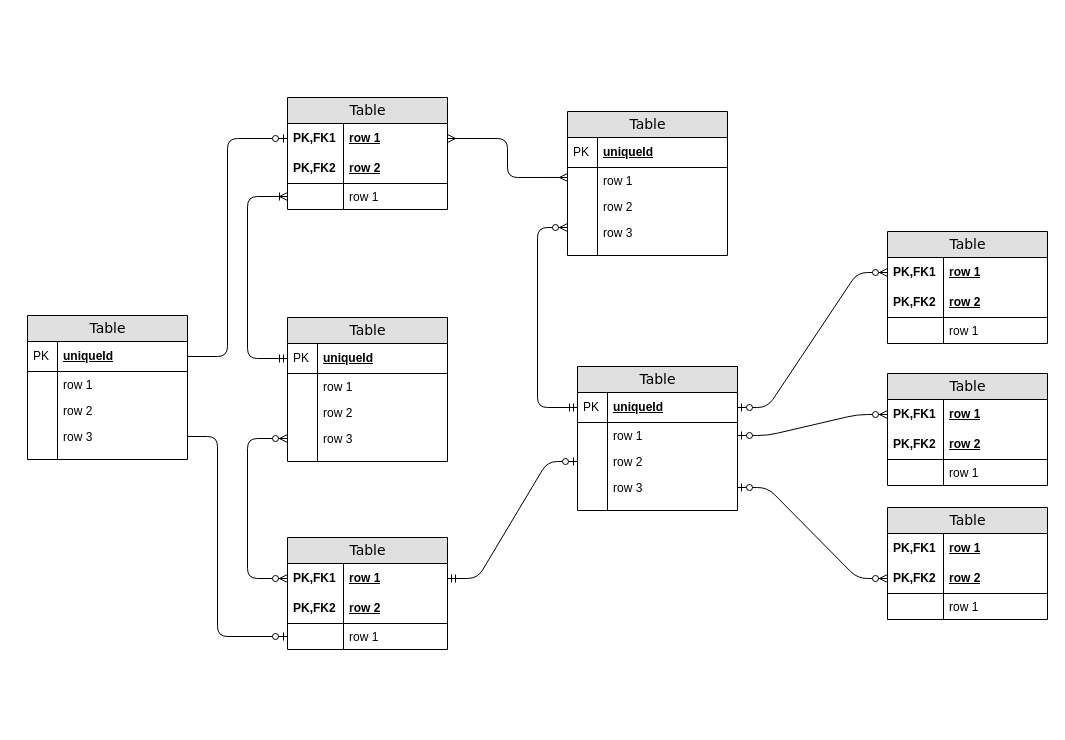
Before: ERD.drawio in adriennhorvath/architecture, a draw.io diagram. Source tidied: cells renumbered, new cells numbered last; positions are measured from the earlier drawing's top-left corner, leaving out a move shared by most shapes. Both pictures are drawn from the tidied source at 100%, with x=0, y=0 at pixel (27, 97).
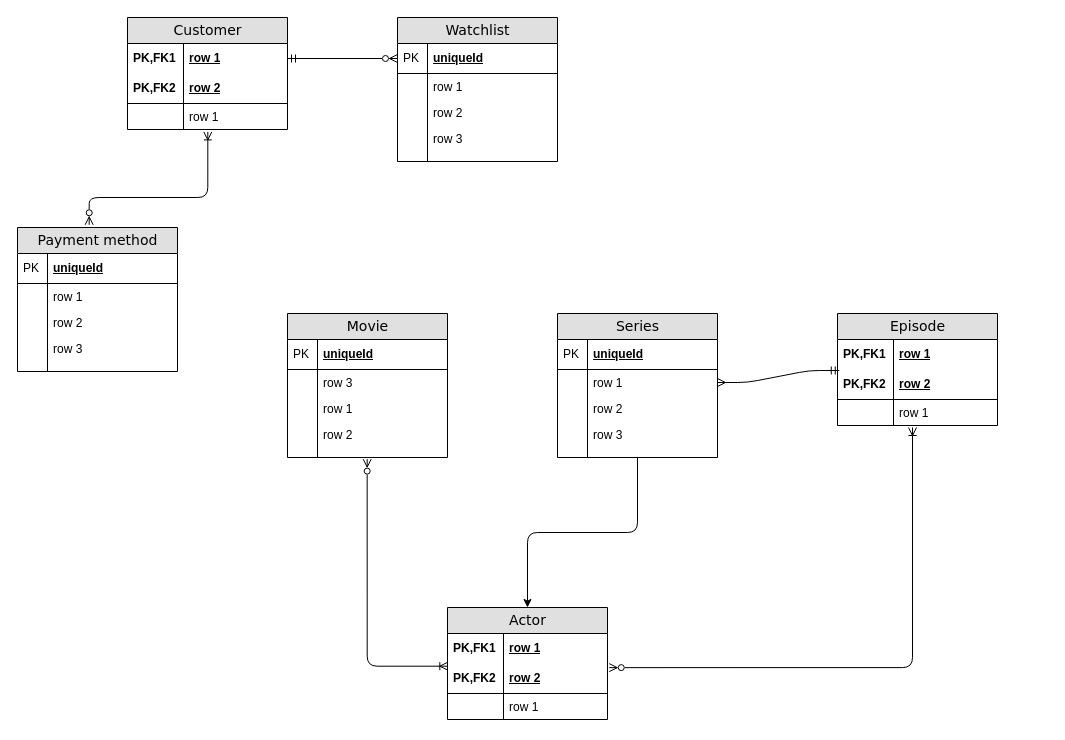
After the change.

The change refers to these unchanged cells:
```xml
<mxCell id="3" value="row 1" style="shape=partialRectangle;top=0;left=0;right=0;bottom=0;html=1;align=left;verticalAlign=middle;fillColor=none;spacingLeft=60;spacingRight=4;whiteSpace=wrap;overflow=hidden;points=[[0,0.5],[1,0.5]];portConstraint=eastwest;fontStyle=5;" parent="2" vertex="1">
  <mxGeometry y="26" width="160" height="30" as="geometry" />
</mxCell>
<mxCell id="7" value="row 1" style="shape=partialRectangle;top=0;left=0;right=0;bottom=0;html=1;align=left;verticalAlign=top;fillColor=none;spacingLeft=60;spacingRight=4;whiteSpace=wrap;overflow=hidden;points=[[0,0.5],[1,0.5]];portConstraint=eastwest;" parent="2" vertex="1">
  <mxGeometry y="86" width="160" height="26" as="geometry" />
</mxCell>
<mxCell id="12" value="row 1" style="shape=partialRectangle;top=0;left=0;right=0;bottom=0;html=1;align=left;verticalAlign=top;fillColor=none;spacingLeft=34;spacingRight=4;whiteSpace=wrap;overflow=hidden;points=[[0,0.5],[1,0.5]];portConstraint=eastwest;" parent="9" vertex="1">
  <mxGeometry y="56" width="160" height="26" as="geometry" />
</mxCell>
<mxCell id="16" value="row 3" style="shape=partialRectangle;top=0;left=0;right=0;bottom=0;html=1;align=left;verticalAlign=top;fillColor=none;spacingLeft=34;spacingRight=4;whiteSpace=wrap;overflow=hidden;points=[[0,0.5],[1,0.5]];portConstraint=eastwest;" parent="9" vertex="1">
  <mxGeometry y="108" width="160" height="26" as="geometry" />
</mxCell>
<mxCell id="21" value="uniqueId" style="shape=partialRectangle;top=0;left=0;right=0;bottom=1;html=1;align=left;verticalAlign=middle;fillColor=none;spacingLeft=34;spacingRight=4;whiteSpace=wrap;overflow=hidden;points=[[0,0.5],[1,0.5]];portConstraint=eastwest;fontStyle=5;" parent="20" vertex="1">
  <mxGeometry y="26" width="160" height="30" as="geometry" />
</mxCell>
<mxCell id="29" style="shape=partialRectangle;top=0;left=0;right=0;bottom=0;html=1;align=left;verticalAlign=top;fillColor=none;spacingLeft=34;spacingRight=4;whiteSpace=wrap;overflow=hidden;points=[[0,0.5],[1,0.5]];portConstraint=eastwest;" parent="20" vertex="1">
  <mxGeometry y="134" width="160" height="10" as="geometry" />
</mxCell>
<mxCell id="32" value="uniqueId" style="shape=partialRectangle;top=0;left=0;right=0;bottom=1;html=1;align=left;verticalAlign=middle;fillColor=none;spacingLeft=34;spacingRight=4;whiteSpace=wrap;overflow=hidden;points=[[0,0.5],[1,0.5]];portConstraint=eastwest;fontStyle=5;" parent="31" vertex="1">
  <mxGeometry y="26" width="160" height="30" as="geometry" />
</mxCell>
<mxCell id="34" value="row 1" style="shape=partialRectangle;top=0;left=0;right=0;bottom=0;html=1;align=left;verticalAlign=top;fillColor=none;spacingLeft=34;spacingRight=4;whiteSpace=wrap;overflow=hidden;points=[[0,0.5],[1,0.5]];portConstraint=eastwest;" parent="31" vertex="1">
  <mxGeometry y="56" width="160" height="26" as="geometry" />
</mxCell>
<mxCell id="36" value="row 2" style="shape=partialRectangle;top=0;left=0;right=0;bottom=0;html=1;align=left;verticalAlign=top;fillColor=none;spacingLeft=34;spacingRight=4;whiteSpace=wrap;overflow=hidden;points=[[0,0.5],[1,0.5]];portConstraint=eastwest;" parent="31" vertex="1">
  <mxGeometry y="82" width="160" height="26" as="geometry" />
</mxCell>
<mxCell id="38" value="row 3" style="shape=partialRectangle;top=0;left=0;right=0;bottom=0;html=1;align=left;verticalAlign=top;fillColor=none;spacingLeft=34;spacingRight=4;whiteSpace=wrap;overflow=hidden;points=[[0,0.5],[1,0.5]];portConstraint=eastwest;" parent="31" vertex="1">
  <mxGeometry y="108" width="160" height="26" as="geometry" />
</mxCell>
<mxCell id="43" value="row 1" style="shape=partialRectangle;top=0;left=0;right=0;bottom=0;html=1;align=left;verticalAlign=middle;fillColor=none;spacingLeft=60;spacingRight=4;whiteSpace=wrap;overflow=hidden;points=[[0,0.5],[1,0.5]];portConstraint=eastwest;fontStyle=5;" parent="42" vertex="1">
  <mxGeometry y="26" width="160" height="30" as="geometry" />
</mxCell>
<mxCell id="45" value="row 2" style="shape=partialRectangle;top=0;left=0;right=0;bottom=1;html=1;align=left;verticalAlign=middle;fillColor=none;spacingLeft=60;spacingRight=4;whiteSpace=wrap;overflow=hidden;points=[[0,0.5],[1,0.5]];portConstraint=eastwest;fontStyle=5;" parent="42" vertex="1">
  <mxGeometry y="56" width="160" height="30" as="geometry" />
</mxCell>
<mxCell id="50" value="row 1" style="shape=partialRectangle;top=0;left=0;right=0;bottom=0;html=1;align=left;verticalAlign=middle;fillColor=none;spacingLeft=60;spacingRight=4;whiteSpace=wrap;overflow=hidden;points=[[0,0.5],[1,0.5]];portConstraint=eastwest;fontStyle=5;" parent="49" vertex="1">
  <mxGeometry y="26" width="160" height="30" as="geometry" />
</mxCell>
<mxCell id="54" value="row 1" style="shape=partialRectangle;top=0;left=0;right=0;bottom=0;html=1;align=left;verticalAlign=top;fillColor=none;spacingLeft=60;spacingRight=4;whiteSpace=wrap;overflow=hidden;points=[[0,0.5],[1,0.5]];portConstraint=eastwest;" parent="49" vertex="1">
  <mxGeometry y="86" width="160" height="26" as="geometry" />
</mxCell>
<mxCell id="79" value="uniqueId" style="shape=partialRectangle;top=0;left=0;right=0;bottom=1;html=1;align=left;verticalAlign=middle;fillColor=none;spacingLeft=34;spacingRight=4;whiteSpace=wrap;overflow=hidden;points=[[0,0.5],[1,0.5]];portConstraint=eastwest;fontStyle=5;" parent="78" vertex="1">
  <mxGeometry y="26" width="160" height="30" as="geometry" />
</mxCell>
<mxCell id="85" value="row 3" style="shape=partialRectangle;top=0;left=0;right=0;bottom=0;html=1;align=left;verticalAlign=top;fillColor=none;spacingLeft=34;spacingRight=4;whiteSpace=wrap;overflow=hidden;points=[[0,0.5],[1,0.5]];portConstraint=eastwest;" parent="78" vertex="1">
  <mxGeometry y="108" width="160" height="26" as="geometry" />
</mxCell>
```

The edit, as a diff of the source:
```diff
@@
-    <mxCell id="2" value="Table" style="swimlane;html=1;fontStyle=0;horizontal=1;startSize=26;fillColor=#e0e0e0;swimlaneFillColor=#ffffff;align=center;rounded=0;shadow=0;comic=0;labelBackgroundColor=none;strokeWidth=1;fontFamily=Verdana;fontSize=14;" parent="1" vertex="1">
-      <mxGeometry x="260" width="160" height="112" as="geometry" />
+    <mxCell id="2" value="Customer" style="swimlane;html=1;fontStyle=0;horizontal=1;startSize=26;fillColor=#e0e0e0;swimlaneFillColor=#ffffff;align=center;rounded=0;shadow=0;comic=0;labelBackgroundColor=none;strokeWidth=1;fontFamily=Verdana;fontSize=14;" parent="1" vertex="1">
+      <mxGeometry x="100" y="-80" width="160" height="112" as="geometry" />
     </mxCell>
@@
-    <mxCell id="9" value="Table" style="swimlane;html=1;fontStyle=0;horizontal=1;startSize=26;fillColor=#e0e0e0;swimlaneFillColor=#ffffff;align=center;rounded=0;shadow=0;comic=0;labelBackgroundColor=none;strokeWidth=1;fontFamily=Verdana;fontSize=14;swimlaneLine=1;" parent="1" vertex="1">
-      <mxGeometry x="540" y="14" width="160" height="144" as="geometry" />
+    <mxCell id="9" value="Payment method" style="swimlane;html=1;fontStyle=0;horizontal=1;startSize=26;fillColor=#e0e0e0;swimlaneFillColor=#ffffff;align=center;rounded=0;shadow=0;comic=0;labelBackgroundColor=none;strokeWidth=1;fontFamily=Verdana;fontSize=14;swimlaneLine=1;" parent="1" vertex="1">
+      <mxGeometry x="-10" y="130" width="160" height="144" as="geometry" />
     </mxCell>
@@
-    <mxCell id="20" value="Table" style="swimlane;html=1;fontStyle=0;horizontal=1;startSize=26;fillColor=#e0e0e0;swimlaneFillColor=#ffffff;align=center;rounded=0;shadow=0;comic=0;labelBackgroundColor=none;strokeWidth=1;fontFamily=Verdana;fontSize=14;" parent="1" vertex="1">
-      <mxGeometry x="260" y="220" width="160" height="144" as="geometry" />
+    <mxCell id="20" value="Movie" style="swimlane;html=1;fontStyle=0;horizontal=1;startSize=26;fillColor=#e0e0e0;swimlaneFillColor=#ffffff;align=center;rounded=0;shadow=0;comic=0;labelBackgroundColor=none;strokeWidth=1;fontFamily=Verdana;fontSize=14;" parent="1" vertex="1">
+      <mxGeometry x="260" y="216" width="160" height="144" as="geometry" />
     </mxCell>
@@
+    <mxCell id="27" value="row 3" style="shape=partialRectangle;top=0;left=0;right=0;bottom=0;html=1;align=left;verticalAlign=top;fillColor=none;spacingLeft=34;spacingRight=4;whiteSpace=wrap;overflow=hidden;points=[[0,0.5],[1,0.5]];portConstraint=eastwest;" parent="20" vertex="1">
+      <mxGeometry y="56" width="160" height="26" as="geometry" />
+    </mxCell>
+    <mxCell id="28" style="shape=partialRectangle;top=0;left=0;bottom=0;html=1;fillColor=none;align=left;verticalAlign=top;spacingLeft=4;spacingRight=4;whiteSpace=wrap;overflow=hidden;" parent="27" vertex="1">
+      <mxGeometry width="30" height="26" as="geometry" />
+    </mxCell>
     <mxCell id="23" value="row 1" style="shape=partialRectangle;top=0;left=0;right=0;bottom=0;html=1;align=left;verticalAlign=top;fillColor=none;spacingLeft=34;spacingRight=4;whiteSpace=wrap;overflow=hidden;" parent="20" vertex="1">
-      <mxGeometry y="56" width="160" height="26" as="geometry" />
+      <mxGeometry y="82" width="160" height="26" as="geometry" />
     </mxCell>
@@
     <mxCell id="25" value="row 2" style="shape=partialRectangle;top=0;left=0;right=0;bottom=0;html=1;align=left;verticalAlign=top;fillColor=none;spacingLeft=34;spacingRight=4;whiteSpace=wrap;overflow=hidden;" parent="20" vertex="1">
-      <mxGeometry y="82" width="160" height="26" as="geometry" />
+      <mxGeometry y="108" width="160" height="26" as="geometry" />
     </mxCell>
@@
-    <mxCell id="27" value="row 3" style="shape=partialRectangle;top=0;left=0;right=0;bottom=0;html=1;align=left;verticalAlign=top;fillColor=none;spacingLeft=34;spacingRight=4;whiteSpace=wrap;overflow=hidden;points=[[0,0.5],[1,0.5]];portConstraint=eastwest;" parent="20" vertex="1">
-      <mxGeometry y="108" width="160" height="26" as="geometry" />
-    </mxCell>
-    <mxCell id="28" style="shape=partialRectangle;top=0;left=0;bottom=0;html=1;fillColor=none;align=left;verticalAlign=top;spacingLeft=4;spacingRight=4;whiteSpace=wrap;overflow=hidden;" parent="27" vertex="1">
-      <mxGeometry width="30" height="26" as="geometry" />
-    </mxCell>
@@
+    <mxCell id="91" style="edgeStyle=orthogonalEdgeStyle;rounded=1;jettySize=auto;html=1;entryX=0.5;entryY=0;entryDx=0;entryDy=0;curved=0;" parent="1" edge="1" source="31" target="42">
+      <mxGeometry relative="1" as="geometry" />
+    </mxCell>
-    <mxCell id="31" value="Table" style="swimlane;html=1;fontStyle=0;horizontal=1;startSize=26;fillColor=#e0e0e0;swimlaneFillColor=#ffffff;align=center;rounded=0;shadow=0;comic=0;labelBackgroundColor=none;strokeWidth=1;fontFamily=Verdana;fontSize=14;" parent="1" vertex="1">
-      <mxGeometry x="550" y="269" width="160" height="144" as="geometry" />
+    <mxCell id="31" value="Series" style="swimlane;html=1;fontStyle=0;horizontal=1;startSize=26;fillColor=#e0e0e0;swimlaneFillColor=#ffffff;align=center;rounded=0;shadow=0;comic=0;labelBackgroundColor=none;strokeWidth=1;fontFamily=Verdana;fontSize=14;" parent="1" vertex="1">
+      <mxGeometry x="530" y="216" width="160" height="144" as="geometry" />
     </mxCell>
@@
-    <mxCell id="42" value="Table" style="swimlane;html=1;fontStyle=0;horizontal=1;startSize=26;fillColor=#e0e0e0;swimlaneFillColor=#ffffff;align=center;rounded=0;shadow=0;comic=0;labelBackgroundColor=none;strokeWidth=1;fontFamily=Verdana;fontSize=14;" parent="1" vertex="1">
-      <mxGeometry x="860" y="134" width="160" height="112" as="geometry" />
+    <mxCell id="42" value="Actor" style="swimlane;html=1;fontStyle=0;horizontal=1;startSize=26;fillColor=#e0e0e0;swimlaneFillColor=#ffffff;align=center;rounded=0;shadow=0;comic=0;labelBackgroundColor=none;strokeWidth=1;fontFamily=Verdana;fontSize=14;" parent="1" vertex="1">
+      <mxGeometry x="420" y="510" width="160" height="112" as="geometry" />
     </mxCell>
@@
-    <mxCell id="49" value="Table" style="swimlane;html=1;fontStyle=0;horizontal=1;startSize=26;fillColor=#e0e0e0;swimlaneFillColor=#ffffff;align=center;rounded=0;shadow=0;comic=0;labelBackgroundColor=none;strokeWidth=1;fontFamily=Verdana;fontSize=14;" parent="1" vertex="1">
-      <mxGeometry x="260" y="440" width="160" height="112" as="geometry" />
+    <mxCell id="49" value="Episode" style="swimlane;html=1;fontStyle=0;horizontal=1;startSize=26;fillColor=#e0e0e0;swimlaneFillColor=#ffffff;align=center;rounded=0;shadow=0;comic=0;labelBackgroundColor=none;strokeWidth=1;fontFamily=Verdana;fontSize=14;" parent="1" vertex="1">
+      <mxGeometry x="810" y="216" width="160" height="112" as="geometry" />
     </mxCell>
@@
-    <mxCell id="56" style="edgeStyle=orthogonalEdgeStyle;html=1;endArrow=ERoneToMany;startArrow=ERmandOne;labelBackgroundColor=none;fontFamily=Verdana;fontSize=14;entryX=0;entryY=0.5;exitX=0;exitY=0.5;" parent="1" edge="1" source="21" target="7">
-      <mxGeometry relative="1" as="geometry">
-        <Array as="points">
-          <mxPoint x="220" y="261" />
-          <mxPoint x="220" y="99" />
-        </Array>
-      </mxGeometry>
-    </mxCell>
-    <mxCell id="57" style="edgeStyle=orthogonalEdgeStyle;html=1;endArrow=ERzeroToMany;endFill=1;startArrow=ERzeroToMany;labelBackgroundColor=none;fontFamily=Verdana;fontSize=14;entryX=0;entryY=0.5;exitX=0;exitY=0.5;" parent="1" edge="1" source="50" target="27">
-      <mxGeometry relative="1" as="geometry">
-        <Array as="points">
-          <mxPoint x="220" y="481" />
-          <mxPoint x="220" y="341" />
-        </Array>
-      </mxGeometry>
-    </mxCell>
-    <mxCell id="58" style="edgeStyle=orthogonalEdgeStyle;html=1;endArrow=ERmany;startArrow=ERmany;labelBackgroundColor=none;fontFamily=Verdana;fontSize=14;entryX=1;entryY=0.5;exitX=0;exitY=0.383;exitPerimeter=0;" parent="1" edge="1" source="12" target="3">
-      <mxGeometry relative="1" as="geometry">
-        <Array as="points">
-          <mxPoint x="480" y="80" />
-          <mxPoint x="480" y="41" />
-        </Array>
-      </mxGeometry>
-    </mxCell>
-    <mxCell id="59" style="edgeStyle=orthogonalEdgeStyle;html=1;endArrow=ERzeroToMany;startArrow=ERmandOne;labelBackgroundColor=none;fontFamily=Verdana;fontSize=14;entryX=0;entryY=0.308;entryPerimeter=0;exitX=0;exitY=0.5;" parent="1" edge="1" source="32" target="16">
-      <mxGeometry relative="1" as="geometry">
-        <Array as="points">
-          <mxPoint x="510" y="310" />
-          <mxPoint x="510" y="130" />
-        </Array>
-      </mxGeometry>
-    </mxCell>
-    <mxCell id="60" style="edgeStyle=entityRelationEdgeStyle;html=1;endArrow=ERzeroToOne;startArrow=ERmandOne;labelBackgroundColor=none;fontFamily=Verdana;fontSize=14;exitX=1;exitY=0.5;entryX=0;entryY=0.5;" parent="1" edge="1" source="50" target="36">
-      <mxGeometry relative="1" as="geometry" />
+    <mxCell id="60" style="edgeStyle=entityRelationEdgeStyle;html=1;endArrow=ERmany;startArrow=ERmandOne;labelBackgroundColor=none;fontFamily=Verdana;fontSize=14;endFill=0;exitX=0.011;exitY=1.033;exitDx=0;exitDy=0;exitPerimeter=0;entryX=1;entryY=0.5;entryDx=0;entryDy=0;" parent="1" edge="1" source="50" target="34">
+      <mxGeometry relative="1" as="geometry">
+        <Array as="points">
+          <mxPoint x="690" y="510" />
+          <mxPoint x="441.1" y="382.7" />
+          <mxPoint x="391.1" y="462.7" />
+          <mxPoint x="451.1" y="382.7" />
+          <mxPoint x="441.1" y="424.7" />
+          <mxPoint x="471.1" y="422.7" />
+        </Array>
+      </mxGeometry>
     </mxCell>
-    <mxCell id="61" style="edgeStyle=entityRelationEdgeStyle;html=1;endArrow=ERzeroToMany;startArrow=ERzeroToOne;labelBackgroundColor=none;fontFamily=Verdana;fontSize=14;entryX=0;entryY=0.5;exitX=1;exitY=0.5;" parent="1" edge="1" source="32" target="43">
-      <mxGeometry relative="1" as="geometry" />
-    </mxCell>
-    <mxCell id="62" value="Table" style="swimlane;html=1;fontStyle=0;horizontal=1;startSize=26;fillColor=#e0e0e0;swimlaneFillColor=#ffffff;align=center;rounded=0;shadow=0;comic=0;labelBackgroundColor=none;strokeWidth=1;fontFamily=Verdana;fontSize=14;" parent="1" vertex="1">
-      <mxGeometry x="860" y="276" width="160" height="112" as="geometry" />
-    </mxCell>
-    <mxCell id="63" value="row 1" style="shape=partialRectangle;top=0;left=0;right=0;bottom=0;html=1;align=left;verticalAlign=middle;fillColor=none;spacingLeft=60;spacingRight=4;whiteSpace=wrap;overflow=hidden;points=[[0,0.5],[1,0.5]];portConstraint=eastwest;fontStyle=5;" parent="62" vertex="1">
-      <mxGeometry y="26" width="160" height="30" as="geometry" />
-    </mxCell>
-    <mxCell id="64" value="PK,FK1" style="shape=partialRectangle;fontStyle=1;top=0;left=0;bottom=0;html=1;fillColor=none;align=left;verticalAlign=middle;spacingLeft=4;spacingRight=4;whiteSpace=wrap;overflow=hidden;" parent="63" vertex="1">
-      <mxGeometry width="56" height="30" as="geometry" />
-    </mxCell>
-    <mxCell id="65" value="row 2" style="shape=partialRectangle;top=0;left=0;right=0;bottom=1;html=1;align=left;verticalAlign=middle;fillColor=none;spacingLeft=60;spacingRight=4;whiteSpace=wrap;overflow=hidden;fontStyle=5;" parent="62" vertex="1">
-      <mxGeometry y="56" width="160" height="30" as="geometry" />
-    </mxCell>
-    <mxCell id="66" value="PK,FK2" style="shape=partialRectangle;fontStyle=1;top=0;left=0;bottom=0;html=1;fillColor=none;align=left;verticalAlign=middle;spacingLeft=4;spacingRight=4;whiteSpace=wrap;overflow=hidden;" parent="65" vertex="1">
-      <mxGeometry width="56" height="30" as="geometry" />
-    </mxCell>
-    <mxCell id="67" value="row 1" style="shape=partialRectangle;top=0;left=0;right=0;bottom=0;html=1;align=left;verticalAlign=top;fillColor=none;spacingLeft=60;spacingRight=4;whiteSpace=wrap;overflow=hidden;" parent="62" vertex="1">
-      <mxGeometry y="86" width="160" height="26" as="geometry" />
-    </mxCell>
-    <mxCell id="68" style="shape=partialRectangle;top=0;left=0;bottom=0;html=1;fillColor=none;align=left;verticalAlign=top;spacingLeft=4;spacingRight=4;whiteSpace=wrap;overflow=hidden;" parent="67" vertex="1">
-      <mxGeometry width="56" height="26" as="geometry" />
-    </mxCell>
-    <mxCell id="69" value="Table" style="swimlane;html=1;fontStyle=0;horizontal=1;startSize=26;fillColor=#e0e0e0;swimlaneFillColor=#ffffff;align=center;rounded=0;shadow=0;comic=0;labelBackgroundColor=none;strokeWidth=1;fontFamily=Verdana;fontSize=14;" parent="1" vertex="1">
-      <mxGeometry x="860" y="410" width="160" height="112" as="geometry" />
-    </mxCell>
-    <mxCell id="70" value="row 1" style="shape=partialRectangle;top=0;left=0;right=0;bottom=0;html=1;align=left;verticalAlign=middle;fillColor=none;spacingLeft=60;spacingRight=4;whiteSpace=wrap;overflow=hidden;fontStyle=5;" parent="69" vertex="1">
-      <mxGeometry y="26" width="160" height="30" as="geometry" />
-    </mxCell>
-    <mxCell id="71" value="PK,FK1" style="shape=partialRectangle;fontStyle=1;top=0;left=0;bottom=0;html=1;fillColor=none;align=left;verticalAlign=middle;spacingLeft=4;spacingRight=4;whiteSpace=wrap;overflow=hidden;" parent="70" vertex="1">
-      <mxGeometry width="56" height="30" as="geometry" />
-    </mxCell>
-    <mxCell id="72" value="row 2" style="shape=partialRectangle;top=0;left=0;right=0;bottom=1;html=1;align=left;verticalAlign=middle;fillColor=none;spacingLeft=60;spacingRight=4;whiteSpace=wrap;overflow=hidden;points=[[0,0.5],[1,0.5]];portConstraint=eastwest;fontStyle=5;" parent="69" vertex="1">
-      <mxGeometry y="56" width="160" height="30" as="geometry" />
-    </mxCell>
-    <mxCell id="73" value="PK,FK2" style="shape=partialRectangle;fontStyle=1;top=0;left=0;bottom=0;html=1;fillColor=none;align=left;verticalAlign=middle;spacingLeft=4;spacingRight=4;whiteSpace=wrap;overflow=hidden;" parent="72" vertex="1">
-      <mxGeometry width="56" height="30" as="geometry" />
-    </mxCell>
-    <mxCell id="74" value="row 1" style="shape=partialRectangle;top=0;left=0;right=0;bottom=0;html=1;align=left;verticalAlign=top;fillColor=none;spacingLeft=60;spacingRight=4;whiteSpace=wrap;overflow=hidden;" parent="69" vertex="1">
-      <mxGeometry y="86" width="160" height="26" as="geometry" />
-    </mxCell>
-    <mxCell id="75" style="shape=partialRectangle;top=0;left=0;bottom=0;html=1;fillColor=none;align=left;verticalAlign=top;spacingLeft=4;spacingRight=4;whiteSpace=wrap;overflow=hidden;" parent="74" vertex="1">
-      <mxGeometry width="56" height="26" as="geometry" />
-    </mxCell>
-    <mxCell id="76" style="edgeStyle=entityRelationEdgeStyle;html=1;endArrow=ERzeroToMany;startArrow=ERzeroToOne;labelBackgroundColor=none;fontFamily=Verdana;fontSize=14;entryX=0;entryY=0.5;exitX=1;exitY=0.5;" parent="1" edge="1" source="34" target="63">
-      <mxGeometry relative="1" as="geometry" />
-    </mxCell>
-    <mxCell id="77" style="edgeStyle=entityRelationEdgeStyle;html=1;endArrow=ERzeroToMany;startArrow=ERzeroToOne;labelBackgroundColor=none;fontFamily=Verdana;fontSize=14;entryX=0;entryY=0.5;exitX=1;exitY=0.5;" parent="1" edge="1" source="38" target="72">
-      <mxGeometry relative="1" as="geometry" />
-    </mxCell>
-    <mxCell id="78" value="Table" style="swimlane;html=1;fontStyle=0;horizontal=1;startSize=26;fillColor=#e0e0e0;swimlaneFillColor=#ffffff;align=center;rounded=0;shadow=0;comic=0;labelBackgroundColor=none;strokeWidth=1;fontFamily=Verdana;fontSize=14;" parent="1" vertex="1">
-      <mxGeometry y="218" width="160" height="144" as="geometry" />
+    <mxCell id="78" value="Watchlist" style="swimlane;html=1;fontStyle=0;horizontal=1;startSize=26;fillColor=#e0e0e0;swimlaneFillColor=#ffffff;align=center;rounded=0;shadow=0;comic=0;labelBackgroundColor=none;strokeWidth=1;fontFamily=Verdana;fontSize=14;" parent="1" vertex="1">
+      <mxGeometry x="370" y="-80" width="160" height="144" as="geometry" />
     </mxCell>
@@
-    <mxCell id="89" style="edgeStyle=orthogonalEdgeStyle;html=1;endArrow=ERzeroToOne;endFill=1;labelBackgroundColor=none;fontFamily=Verdana;fontSize=14;entryX=0;entryY=0.5;exitX=1;exitY=0.5;" parent="1" edge="1" source="79" target="3">
-      <mxGeometry relative="1" as="geometry">
-        <Array as="points">
-          <mxPoint x="200" y="259" />
-          <mxPoint x="200" y="41" />
-        </Array>
-      </mxGeometry>
-    </mxCell>
-    <mxCell id="90" style="edgeStyle=orthogonalEdgeStyle;html=1;endArrow=ERzeroToOne;endFill=1;labelBackgroundColor=none;fontFamily=Verdana;fontSize=14;entryX=0;entryY=0.5;exitX=1;exitY=0.5;" parent="1" edge="1" source="85" target="54">
-      <mxGeometry relative="1" as="geometry">
-        <Array as="points">
-          <mxPoint x="190" y="339" />
-          <mxPoint x="190" y="539" />
-        </Array>
-      </mxGeometry>
-    </mxCell>
+    <mxCell id="92" style="edgeStyle=orthogonalEdgeStyle;rounded=1;jettySize=auto;html=1;curved=0;endArrow=ERzeroToMany;endFill=0;startArrow=ERoneToMany;startFill=0;entryX=1.011;entryY=0.138;entryDx=0;entryDy=0;entryPerimeter=0;" parent="1" edge="1" target="45">
+      <mxGeometry relative="1" as="geometry">
+        <mxPoint x="885" y="330" as="sourcePoint" />
+        <Array as="points">
+          <mxPoint x="885" y="570" />
+        </Array>
+      </mxGeometry>
+    </mxCell>
+    <mxCell id="93" style="edgeStyle=orthogonalEdgeStyle;rounded=1;jettySize=auto;html=1;curved=0;endArrow=ERzeroToMany;endFill=0;startArrow=ERoneToMany;startFill=0;exitX=0.502;exitY=1.093;exitDx=0;exitDy=0;exitPerimeter=0;entryX=0.448;entryY=-0.019;entryDx=0;entryDy=0;entryPerimeter=0;" parent="1" edge="1" source="7" target="9">
+      <mxGeometry relative="1" as="geometry">
+        <Array as="points">
+          <mxPoint x="180" y="100" />
+          <mxPoint x="62" y="100" />
+        </Array>
+      </mxGeometry>
+    </mxCell>
+    <mxCell id="94" style="edgeStyle=orthogonalEdgeStyle;rounded=1;jettySize=auto;html=1;exitX=0.002;exitY=1.09;exitDx=0;exitDy=0;curved=0;endArrow=ERzeroToMany;endFill=0;startArrow=ERoneToMany;startFill=0;exitPerimeter=0;entryX=0.498;entryY=1.16;entryDx=0;entryDy=0;entryPerimeter=0;" parent="1" edge="1" source="43" target="29">
+      <mxGeometry relative="1" as="geometry">
+        <Array as="points">
+          <mxPoint x="340" y="569" />
+        </Array>
+      </mxGeometry>
+    </mxCell>
+    <mxCell id="95" style="edgeStyle=orthogonalEdgeStyle;rounded=1;jettySize=auto;html=1;exitX=1;exitY=0.5;exitDx=0;exitDy=0;entryX=0;entryY=0.5;entryDx=0;entryDy=0;curved=0;endArrow=ERzeroToMany;endFill=0;startArrow=ERmandOne;startFill=0;" parent="1" edge="1" source="3" target="79">
+      <mxGeometry relative="1" as="geometry" />
+    </mxCell>
```
